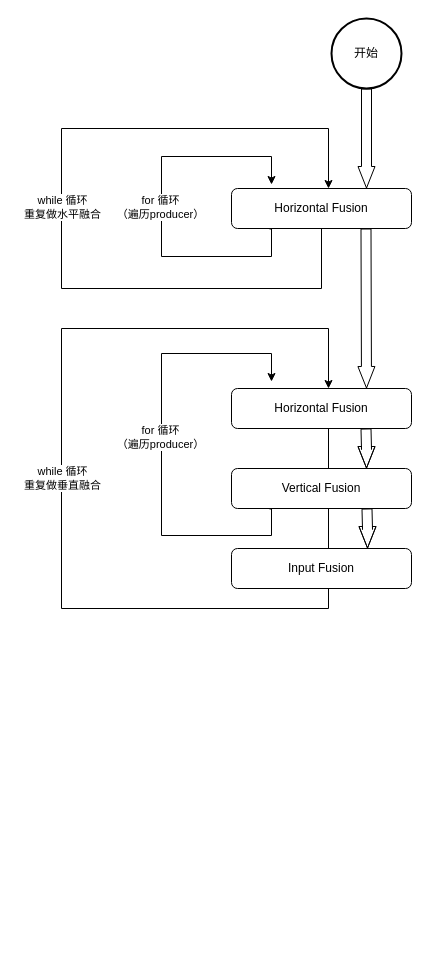
Earlier version of the draw.io diagram 未命名绘图.drawio (jiahy0825/draw.io). Source tidied: cells renumbered, new cells numbered last; positions are measured from the earlier drawing's top-left corner, leaving out a move shared by most shapes. Both pictures are drawn from the tidied source at 100%, with x=0, y=0 at pixel (61, 18).
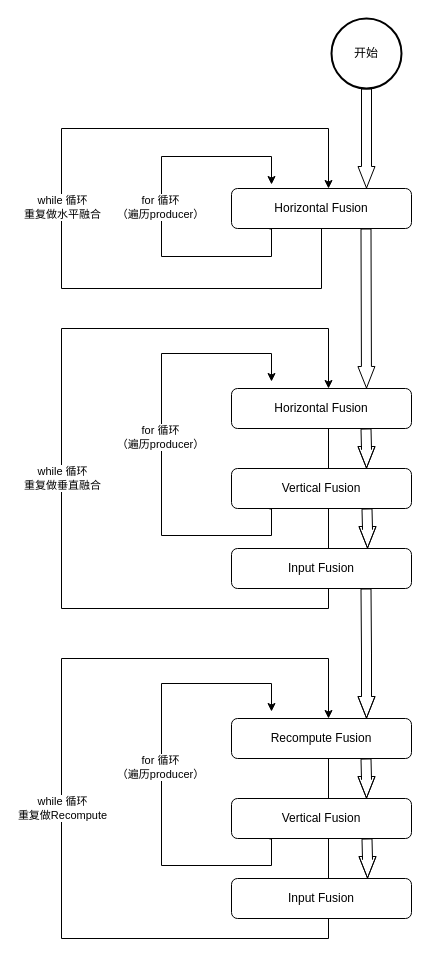
Above is the later version.

Commit message (it also covers changes not shown here):
更新未命名绘图.drawio

Diff of the diagram source:
```diff
@@
+    <mxCell id="19" style="edgeStyle=orthogonalEdgeStyle;rounded=0;orthogonalLoop=1;jettySize=auto;html=1;entryX=0.333;entryY=-0.05;entryDx=0;entryDy=0;entryPerimeter=0;exitX=0.211;exitY=1.088;exitDx=0;exitDy=0;exitPerimeter=0;" parent="1" edge="1">
+      <mxGeometry relative="1" as="geometry">
+        <mxPoint x="208" y="820.5" as="sourcePoint" />
+        <mxPoint x="210" y="693" as="targetPoint" />
+        <Array as="points">
+          <mxPoint x="210" y="821" />
+          <mxPoint x="210" y="847" />
+          <mxPoint x="100" y="847" />
+          <mxPoint x="100" y="665" />
+          <mxPoint x="210" y="665" />
+        </Array>
+      </mxGeometry>
+    </mxCell>
+    <mxCell id="20" value="for 循环&lt;br style=&quot;box-sizing: initial; -webkit-tap-highlight-color: rgba(0, 0, 0, 0);&quot;&gt;（遍历producer）" style="edgeLabel;html=1;align=center;verticalAlign=middle;" parent="19" vertex="1">
+      <mxGeometry x="0.18" y="2" relative="1" as="geometry">
+        <mxPoint y="34" as="offset" />
+      </mxGeometry>
+    </mxCell>
+    <mxCell id="21" value="Recompute Fusion" style="rounded=1;whiteSpace=wrap;html=1;fontSize=12;glass=0;strokeWidth=1;shadow=0;" parent="1" vertex="1">
+      <mxGeometry x="170" y="700" width="180" height="40" as="geometry" />
+    </mxCell>
+    <mxCell id="22" style="edgeStyle=orthogonalEdgeStyle;rounded=0;jettySize=auto;html=1;exitX=0.75;exitY=1;exitDx=0;exitDy=0;" parent="1" edge="1" source="21">
+      <mxGeometry relative="1" as="geometry">
+        <mxPoint x="267" y="700" as="targetPoint" />
+        <Array as="points">
+          <mxPoint x="267" y="740" />
+          <mxPoint x="267" y="920" />
+          <mxPoint y="920" />
+          <mxPoint y="640" />
+          <mxPoint x="267" y="640" />
+        </Array>
+      </mxGeometry>
+    </mxCell>
+    <mxCell id="23" value="while 循环&lt;br style=&quot;box-sizing: initial; -webkit-tap-highlight-color: rgba(0, 0, 0, 0);&quot;&gt;重复做Recompute" style="edgeLabel;html=1;align=center;verticalAlign=middle;" parent="22" vertex="1">
+      <mxGeometry x="0.18" y="2" relative="1" as="geometry">
+        <mxPoint x="2" y="28" as="offset" />
+      </mxGeometry>
+    </mxCell>
+    <mxCell id="24" value="Vertical Fusion" style="rounded=1;whiteSpace=wrap;html=1;fontSize=12;glass=0;strokeWidth=1;shadow=0;" parent="1" vertex="1">
+      <mxGeometry x="170" y="780" width="180" height="40" as="geometry" />
+    </mxCell>
+    <mxCell id="25" value="Input Fusion" style="rounded=1;whiteSpace=wrap;html=1;fontSize=12;glass=0;strokeWidth=1;shadow=0;" parent="1" vertex="1">
+      <mxGeometry x="170" y="860" width="180" height="40" as="geometry" />
+    </mxCell>
+    <mxCell id="26" style="edgeStyle=orthogonalEdgeStyle;rounded=0;orthogonalLoop=1;jettySize=auto;html=1;exitX=0.5;exitY=1;exitDx=0;exitDy=0;exitPerimeter=0;shape=flexArrow;endWidth=6;endSize=6.83;" parent="1" edge="1">
+      <mxGeometry relative="1" as="geometry">
+        <mxPoint x="304.5" y="740" as="sourcePoint" />
+        <mxPoint x="305" y="780" as="targetPoint" />
+      </mxGeometry>
+    </mxCell>
+    <mxCell id="27" style="edgeStyle=orthogonalEdgeStyle;rounded=0;orthogonalLoop=1;jettySize=auto;html=1;exitX=0.5;exitY=1;exitDx=0;exitDy=0;exitPerimeter=0;shape=flexArrow;endWidth=6;endSize=6.83;" parent="1" edge="1">
+      <mxGeometry relative="1" as="geometry">
+        <mxPoint x="305.5" y="820" as="sourcePoint" />
+        <mxPoint x="306" y="860" as="targetPoint" />
+      </mxGeometry>
+    </mxCell>
+    <mxCell id="28" style="edgeStyle=orthogonalEdgeStyle;rounded=0;orthogonalLoop=1;jettySize=auto;html=1;exitX=0.5;exitY=1;exitDx=0;exitDy=0;exitPerimeter=0;shape=flexArrow;endWidth=6;endSize=6.83;" parent="1" edge="1">
+      <mxGeometry relative="1" as="geometry">
+        <mxPoint x="304.5" y="570" as="sourcePoint" />
+        <mxPoint x="305" y="700" as="targetPoint" />
+      </mxGeometry>
+    </mxCell>
```
